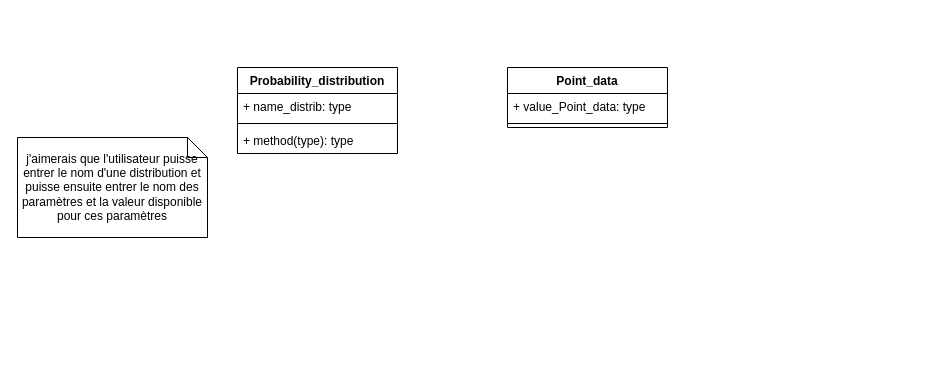
This is Diagramme sans nom.drawio from clementblassiau/aggregate-exposure-modelling, a draw.io file, before an edit. Source tidied: cells renumbered, new cells numbered last; positions are measured from the earlier drawing's top-left corner, leaving out a move shared by most shapes. Both pictures are drawn from the tidied source at 100%, with x=0, y=0 at pixel (17, 67).
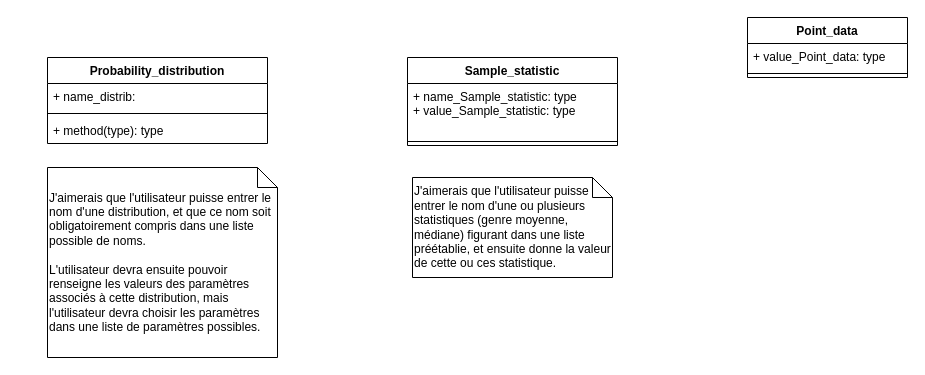
The same page after the edit.

Commit message (it also covers changes not shown here):
Mettre à jour Diagramme sans nom.drawio

Diff of the diagram source:
```diff
@@
 <mxGraphModel>
   <root>
     <mxCell id="0" />
     <mxCell id="1" parent="0" />
     <mxCell id="2" value="Point_data" style="swimlane;fontStyle=1;align=center;verticalAlign=top;horizontal=1;startSize=26;whiteSpace=wrap;html=1;" parent="1" vertex="1">
-      <mxGeometry x="490" width="160" height="60" as="geometry" />
+      <mxGeometry x="730" y="-50" width="160" height="60" as="geometry" />
     </mxCell>
     <mxCell id="3" value="+ value_Point_data: type" style="text;strokeColor=none;fillColor=none;align=left;verticalAlign=top;spacingLeft=4;spacingRight=4;overflow=hidden;whiteSpace=wrap;html=1;" parent="2" vertex="1">
       <mxGeometry y="26" width="160" height="26" as="geometry" />
     </mxCell>
     <mxCell id="4" style="line;strokeWidth=1;fillColor=none;align=left;verticalAlign=middle;spacingTop=-1;spacingLeft=3;spacingRight=3;labelPosition=right;strokeColor=inherit;" parent="2" vertex="1">
       <mxGeometry y="52" width="160" height="8" as="geometry" />
     </mxCell>
     <mxCell id="5" value="Probability_distribution" style="swimlane;fontStyle=1;align=center;verticalAlign=top;horizontal=1;startSize=26;whiteSpace=wrap;html=1;" parent="1" vertex="1">
-      <mxGeometry x="220" width="160" height="86" as="geometry" />
+      <mxGeometry x="30" y="-10" width="220" height="86" as="geometry" />
     </mxCell>
-    <mxCell id="6" value="+ name_distrib: type" style="text;strokeColor=none;fillColor=none;align=left;verticalAlign=top;spacingLeft=4;spacingRight=4;overflow=hidden;whiteSpace=wrap;html=1;" parent="5" vertex="1">
-      <mxGeometry y="26" width="160" height="26" as="geometry" />
+    <mxCell id="6" value="+ name_distrib:&amp;nbsp;&amp;nbsp;" style="text;strokeColor=none;fillColor=none;align=left;verticalAlign=top;spacingLeft=4;spacingRight=4;overflow=hidden;whiteSpace=wrap;html=1;" parent="5" vertex="1">
+      <mxGeometry y="26" width="220" height="26" as="geometry" />
     </mxCell>
     <mxCell id="7" style="line;strokeWidth=1;fillColor=none;align=left;verticalAlign=middle;spacingTop=-1;spacingLeft=3;spacingRight=3;labelPosition=right;strokeColor=inherit;" parent="5" vertex="1">
-      <mxGeometry y="52" width="160" height="8" as="geometry" />
+      <mxGeometry y="52" width="220" height="8" as="geometry" />
     </mxCell>
     <mxCell id="8" value="+ method(type): type" style="text;strokeColor=none;fillColor=none;align=left;verticalAlign=top;spacingLeft=4;spacingRight=4;overflow=hidden;whiteSpace=wrap;html=1;" parent="5" vertex="1">
-      <mxGeometry y="60" width="160" height="26" as="geometry" />
+      <mxGeometry y="60" width="220" height="26" as="geometry" />
     </mxCell>
-    <mxCell id="9" value="j'aimerais que l'utilisateur puisse entrer le nom d'une distribution et puisse ensuite entrer le nom des paramètres et la valeur disponible pour ces paramètres" style="shape=note;size=20;whiteSpace=wrap;html=1;" parent="1" vertex="1">
-      <mxGeometry y="70" width="190" height="100" as="geometry" />
+    <mxCell id="9" value="J'aimerais que l'utilisateur puisse entrer le nom d'une distribution, et que ce nom soit obligatoirement compris dans une liste possible de noms.&lt;br&gt;&lt;br&gt;L'utilisateur devra ensuite pouvoir renseigne les valeurs des paramètres associés à cette distribution, mais l'utilisateur devra choisir les paramètres dans une liste de paramètres possibles." style="shape=note;size=20;whiteSpace=wrap;html=1;align=left;" parent="1" vertex="1">
+      <mxGeometry x="30" y="100" width="230" height="190" as="geometry" />
     </mxCell>
+    <mxCell id="10" value="Sample_statistic" style="swimlane;fontStyle=1;align=center;verticalAlign=top;horizontal=1;startSize=26;whiteSpace=wrap;html=1;" parent="1" vertex="1">
+      <mxGeometry x="390" y="-10" width="210" height="88" as="geometry" />
+    </mxCell>
+    <mxCell id="11" value="+ name_Sample_statistic: type&lt;br&gt;+ value_Sample_statistic: type" style="text;strokeColor=none;fillColor=none;align=left;verticalAlign=top;spacingLeft=4;spacingRight=4;overflow=hidden;whiteSpace=wrap;html=1;" parent="10" vertex="1">
+      <mxGeometry y="26" width="210" height="54" as="geometry" />
+    </mxCell>
+    <mxCell id="12" style="line;strokeWidth=1;fillColor=none;align=left;verticalAlign=middle;spacingTop=-1;spacingLeft=3;spacingRight=3;labelPosition=right;strokeColor=inherit;" parent="10" vertex="1">
+      <mxGeometry y="80" width="210" height="8" as="geometry" />
+    </mxCell>
+    <mxCell id="13" value="J'aimerais que l'utilisateur puisse entrer le nom d'une ou plusieurs statistiques (genre moyenne, médiane) figurant dans une liste préétablie, et ensuite donne la valeur de cette ou ces statistique." style="shape=note;size=20;whiteSpace=wrap;html=1;align=left;" parent="1" vertex="1">
+      <mxGeometry x="395" y="110" width="200" height="100" as="geometry" />
+    </mxCell>
   </root>
 </mxGraphModel>
```
